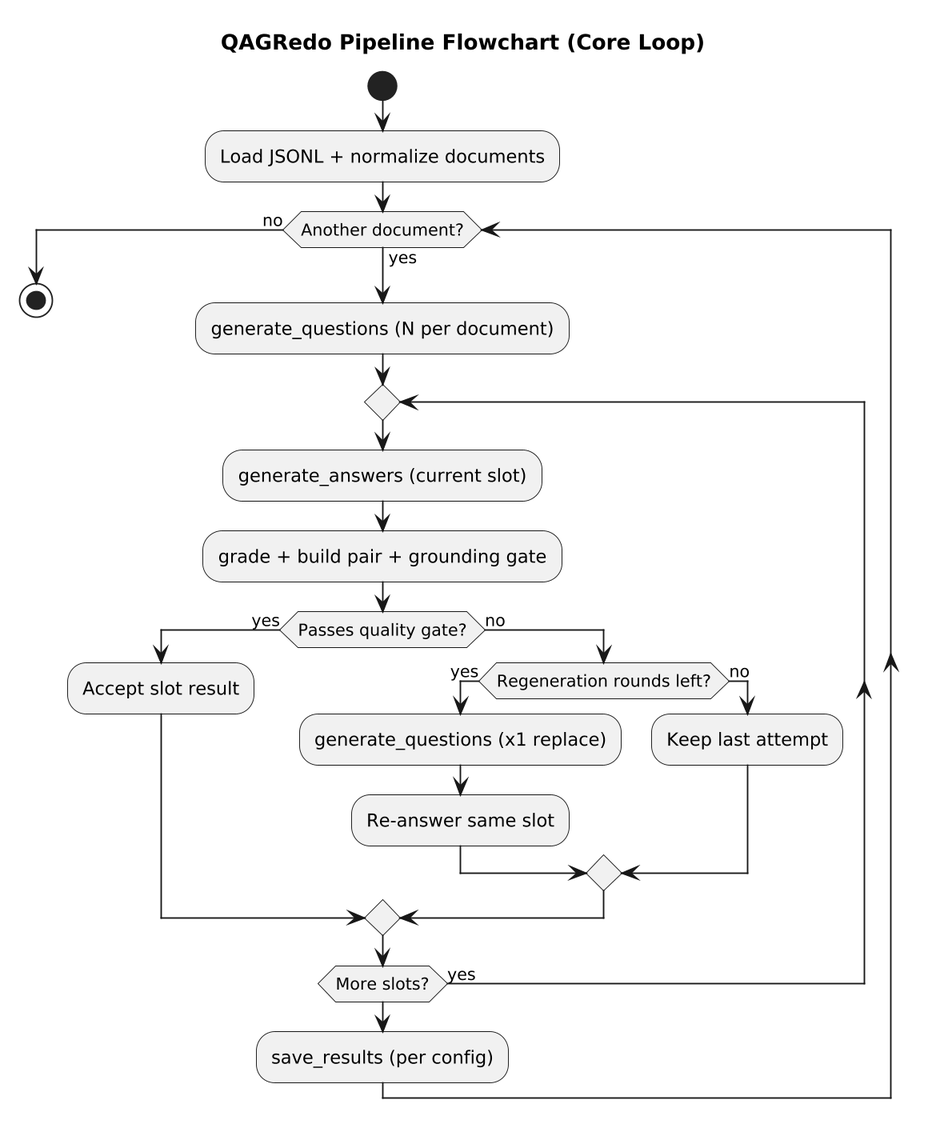
This is docs/architecture/diagrams/QAGRedo_Pipeline_Flowchart.png from tohyewhong/qagredo-local, a PlantUML export, as it was before one commit.
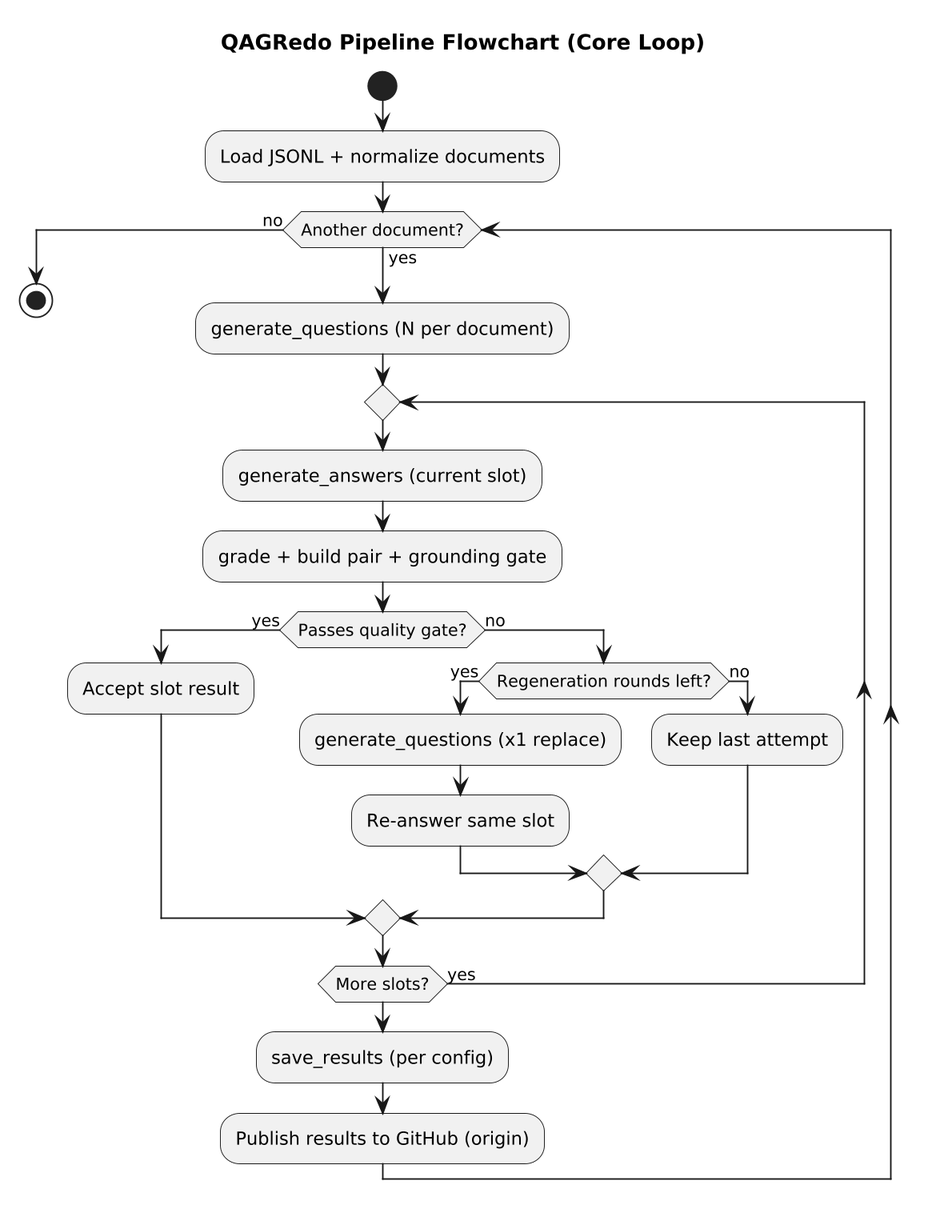
Later version of the same file.

Diff of the diagram source:
```diff
@@ -30,6 +30,7 @@
   repeat while (More slots?) is (yes)
 
   :save_results (per config);
+  :Publish results to GitHub (origin);
 endwhile (no)
 
 stop
```
